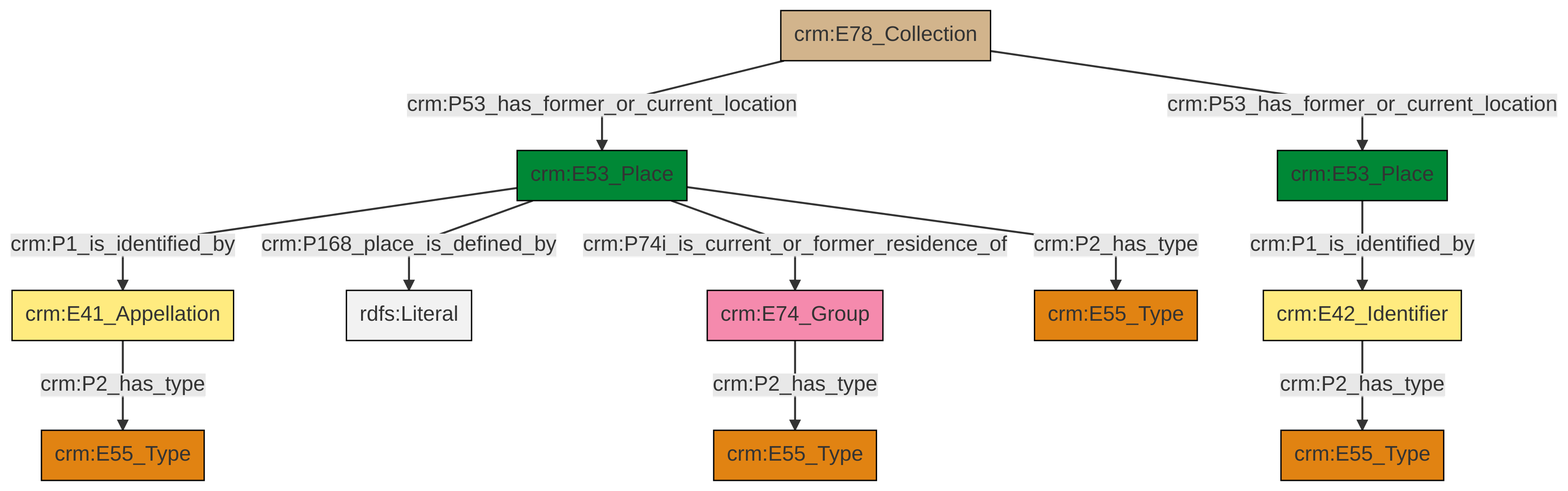
This is et/archivalCSV/ttl/mmd/png/archival_location.png from swiss-art-research-net/docs.swissartresearch, a Mermaid export, as it was before one commit. Its source is kept beside it as et/archivalCSV/ttl/mmd/archival_location.ttl.mmd.
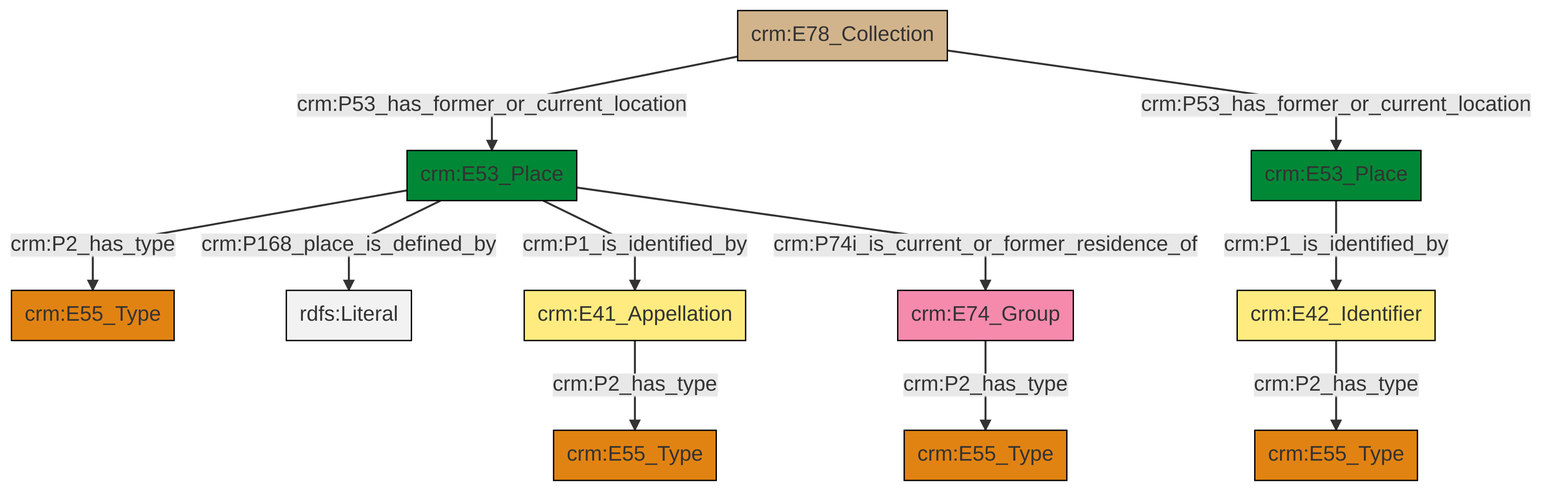
The same diagram one commit later.

The edit, as a diff of the source:
```diff
@@ -13,13 +13,13 @@
 classDef PC_Classes fill:#4ce600, stroke:#000000;
 classDef Multi fill:#cccccc,stroke:#000000;
 
-2["crm:E42_Identifier"]:::Appellation -->|crm:P2_has_type| 4["crm:E55_Type"]:::Type
-5["crm:E41_Appellation"]:::Appellation -->|crm:P2_has_type| 6["crm:E55_Type"]:::Type
-11["crm:E74_Group"]:::Actor -->|crm:P2_has_type| 0["crm:E55_Type"]:::Type
-13["crm:E53_Place"]:::Place -->|crm:P1_is_identified_by| 2["crm:E42_Identifier"]:::Appellation
-16["crm:E53_Place"]:::Place -->|crm:P1_is_identified_by| 5["crm:E41_Appellation"]:::Appellation
-16["crm:E53_Place"]:::Place -->|crm:P168_place_is_defined_by| 17[rdfs:Literal]:::Literal
-9["crm:E78_Collection"]:::Physical_Thing -->|crm:P53_has_former_or_current_location| 16["crm:E53_Place"]:::Place
-16["crm:E53_Place"]:::Place -->|crm:P74i_is_current_or_former_residence_of| 11["crm:E74_Group"]:::Actor
-9["crm:E78_Collection"]:::Physical_Thing -->|crm:P53_has_former_or_current_location| 13["crm:E53_Place"]:::Place
-16["crm:E53_Place"]:::Place -->|crm:P2_has_type| 7["crm:E55_Type"]:::Type
+4["crm:E78_Collection"]:::Physical_Thing -->|crm:P53_has_former_or_current_location| 5["crm:E53_Place"]:::Place
+0["crm:E42_Identifier"]:::Appellation -->|crm:P2_has_type| 8["crm:E55_Type"]:::Type
+5["crm:E53_Place"]:::Place -->|crm:P2_has_type| 12["crm:E55_Type"]:::Type
+2["crm:E53_Place"]:::Place -->|crm:P1_is_identified_by| 0["crm:E42_Identifier"]:::Appellation
+6["crm:E41_Appellation"]:::Appellation -->|crm:P2_has_type| 14["crm:E55_Type"]:::Type
+9["crm:E74_Group"]:::Actor -->|crm:P2_has_type| 16["crm:E55_Type"]:::Type
+5["crm:E53_Place"]:::Place -->|crm:P168_place_is_defined_by| 21[rdfs:Literal]:::Literal
+5["crm:E53_Place"]:::Place -->|crm:P1_is_identified_by| 6["crm:E41_Appellation"]:::Appellation
+4["crm:E78_Collection"]:::Physical_Thing -->|crm:P53_has_former_or_current_location| 2["crm:E53_Place"]:::Place
+5["crm:E53_Place"]:::Place -->|crm:P74i_is_current_or_former_residence_of| 9["crm:E74_Group"]:::Actor
```
